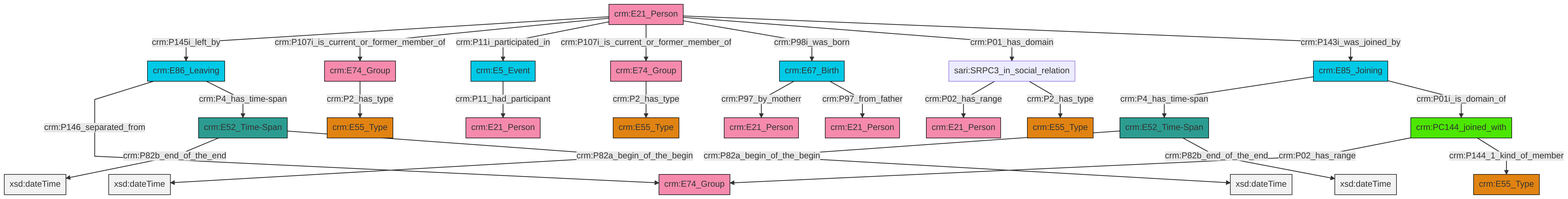
The Mermaid diagram et/personCSV/ttl/mmd/png/Person_Actor_Relations.png in swiss-art-research-net/docs.swissartresearch, before a commit. Its source is kept beside it as et/personCSV/ttl/mmd/Person_Actor_Relations.ttl.mmd. The source it was exported from:
```mermaid
graph TD
classDef Literal fill:#f2f2f2,stroke:#000000;
classDef CRM_Entity fill:#FFFFFF,stroke:#000000;
classDef Temporal_Entity fill:#00C9E6, stroke:#000000;
classDef Type fill:#E18312, stroke:#000000;
classDef Time-Span fill:#2C9C91, stroke:#000000;
classDef Appellation fill:#FFEB7F, stroke:#000000;
classDef Place fill:#008836, stroke:#000000;
classDef Persistent_Item fill:#B266B2, stroke:#000000;
classDef Conceptual_Object fill:#FFD700, stroke:#000000;
classDef Physical_Thing fill:#D2B48C, stroke:#000000;
classDef Actor fill:#f58aad, stroke:#000000;
classDef PC_Classes fill:#4ce600, stroke:#000000;
classDef Multi fill:#cccccc,stroke:#000000;

0["crm:E21_Person"]:::Actor -->|crm:P145i_left_by| 1["crm:E86_Leaving"]:::Temporal_Entity
0["crm:E21_Person"]:::Actor -->|crm:P107i_is_current_or_former_member_of| 4["crm:E74_Group"]:::Actor
5["crm:E5_Event"]:::Temporal_Entity -->|crm:P11_had_participant| 2["crm:E21_Person"]:::Actor
10["crm:E67_Birth"]:::Temporal_Entity -->|crm:P97_by_motherr| 11["crm:E21_Person"]:::Actor
1["crm:E86_Leaving"]:::Temporal_Entity -->|crm:P146_separated_from| 14["crm:E74_Group"]:::Actor
10["crm:E67_Birth"]:::Temporal_Entity -->|crm:P97_from_father| 16["crm:E21_Person"]:::Actor
0["crm:E21_Person"]:::Actor -->|crm:P11i_participated_in| 5["crm:E5_Event"]:::Temporal_Entity
8["crm:E52_Time-Span"]:::Time-Span -->|crm:P82a_begin_of_the_begin| 23[xsd:dateTime]:::Literal
24["crm:E74_Group"]:::Actor -->|crm:P2_has_type| 21["crm:E55_Type"]:::Type
4["crm:E74_Group"]:::Actor -->|crm:P2_has_type| 12["crm:E55_Type"]:::Type
25["crm:E52_Time-Span"]:::Time-Span -->|crm:P82b_end_of_the_end| 26[xsd:dateTime]:::Literal
27["crm:PC144_joined_with"]:::PC_Classes -->|crm:P02_has_range| 14["crm:E74_Group"]:::Actor
29["crm:E85_Joining"]:::Temporal_Entity -->|crm:P4_has_time-span| 8["crm:E52_Time-Span"]:::Time-Span
0["crm:E21_Person"]:::Actor -->|crm:P107i_is_current_or_former_member_of| 24["crm:E74_Group"]:::Actor
29["crm:E85_Joining"]:::Temporal_Entity -->|crm:P01i_is_domain_of| 27["crm:PC144_joined_with"]:::PC_Classes
0["crm:E21_Person"]:::Actor -->|crm:P98i_was_born| 10["crm:E67_Birth"]:::Temporal_Entity
18["sari:SRPC3_in_social_relation"]:::Default -->|crm:P02_has_range| 32["crm:E21_Person"]:::Actor
0["crm:E21_Person"]:::Actor -->|crm:P01_has_domain| 18["sari:SRPC3_in_social_relation"]:::Default
8["crm:E52_Time-Span"]:::Time-Span -->|crm:P82b_end_of_the_end| 40[xsd:dateTime]:::Literal
27["crm:PC144_joined_with"]:::PC_Classes -->|crm:P144_1_kind_of_member| 6["crm:E55_Type"]:::Type
25["crm:E52_Time-Span"]:::Time-Span -->|crm:P82a_begin_of_the_begin| 42[xsd:dateTime]:::Literal
0["crm:E21_Person"]:::Actor -->|crm:P143i_was_joined_by| 29["crm:E85_Joining"]:::Temporal_Entity
18["sari:SRPC3_in_social_relation"]:::Default -->|crm:P2_has_type| 30["crm:E55_Type"]:::Type
1["crm:E86_Leaving"]:::Temporal_Entity -->|crm:P4_has_time-span| 25["crm:E52_Time-Span"]:::Time-Span
```
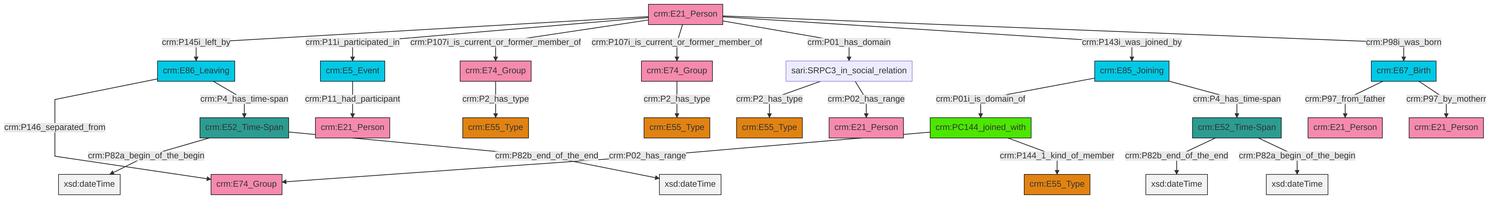
Later version of the same file.

Diff of the diagram source:
```diff
@@ -13,27 +13,27 @@
 classDef PC_Classes fill:#4ce600, stroke:#000000;
 classDef Multi fill:#cccccc,stroke:#000000;
 
-0["crm:E21_Person"]:::Actor -->|crm:P145i_left_by| 1["crm:E86_Leaving"]:::Temporal_Entity
-0["crm:E21_Person"]:::Actor -->|crm:P107i_is_current_or_former_member_of| 4["crm:E74_Group"]:::Actor
-5["crm:E5_Event"]:::Temporal_Entity -->|crm:P11_had_participant| 2["crm:E21_Person"]:::Actor
-10["crm:E67_Birth"]:::Temporal_Entity -->|crm:P97_by_motherr| 11["crm:E21_Person"]:::Actor
-1["crm:E86_Leaving"]:::Temporal_Entity -->|crm:P146_separated_from| 14["crm:E74_Group"]:::Actor
-10["crm:E67_Birth"]:::Temporal_Entity -->|crm:P97_from_father| 16["crm:E21_Person"]:::Actor
-0["crm:E21_Person"]:::Actor -->|crm:P11i_participated_in| 5["crm:E5_Event"]:::Temporal_Entity
-8["crm:E52_Time-Span"]:::Time-Span -->|crm:P82a_begin_of_the_begin| 23[xsd:dateTime]:::Literal
-24["crm:E74_Group"]:::Actor -->|crm:P2_has_type| 21["crm:E55_Type"]:::Type
-4["crm:E74_Group"]:::Actor -->|crm:P2_has_type| 12["crm:E55_Type"]:::Type
-25["crm:E52_Time-Span"]:::Time-Span -->|crm:P82b_end_of_the_end| 26[xsd:dateTime]:::Literal
-27["crm:PC144_joined_with"]:::PC_Classes -->|crm:P02_has_range| 14["crm:E74_Group"]:::Actor
-29["crm:E85_Joining"]:::Temporal_Entity -->|crm:P4_has_time-span| 8["crm:E52_Time-Span"]:::Time-Span
-0["crm:E21_Person"]:::Actor -->|crm:P107i_is_current_or_former_member_of| 24["crm:E74_Group"]:::Actor
-29["crm:E85_Joining"]:::Temporal_Entity -->|crm:P01i_is_domain_of| 27["crm:PC144_joined_with"]:::PC_Classes
-0["crm:E21_Person"]:::Actor -->|crm:P98i_was_born| 10["crm:E67_Birth"]:::Temporal_Entity
-18["sari:SRPC3_in_social_relation"]:::Default -->|crm:P02_has_range| 32["crm:E21_Person"]:::Actor
-0["crm:E21_Person"]:::Actor -->|crm:P01_has_domain| 18["sari:SRPC3_in_social_relation"]:::Default
-8["crm:E52_Time-Span"]:::Time-Span -->|crm:P82b_end_of_the_end| 40[xsd:dateTime]:::Literal
-27["crm:PC144_joined_with"]:::PC_Classes -->|crm:P144_1_kind_of_member| 6["crm:E55_Type"]:::Type
-25["crm:E52_Time-Span"]:::Time-Span -->|crm:P82a_begin_of_the_begin| 42[xsd:dateTime]:::Literal
-0["crm:E21_Person"]:::Actor -->|crm:P143i_was_joined_by| 29["crm:E85_Joining"]:::Temporal_Entity
-18["sari:SRPC3_in_social_relation"]:::Default -->|crm:P2_has_type| 30["crm:E55_Type"]:::Type
-1["crm:E86_Leaving"]:::Temporal_Entity -->|crm:P4_has_time-span| 25["crm:E52_Time-Span"]:::Time-Span
+4["crm:E85_Joining"]:::Temporal_Entity -->|crm:P01i_is_domain_of| 0["crm:PC144_joined_with"]:::PC_Classes
+5["crm:E74_Group"]:::Actor -->|crm:P2_has_type| 6["crm:E55_Type"]:::Type
+13["crm:E86_Leaving"]:::Temporal_Entity -->|crm:P146_separated_from| 14["crm:E74_Group"]:::Actor
+15["crm:E21_Person"]:::Actor -->|crm:P145i_left_by| 13["crm:E86_Leaving"]:::Temporal_Entity
+17["crm:E67_Birth"]:::Temporal_Entity -->|crm:P97_from_father| 18["crm:E21_Person"]:::Actor
+11["crm:E52_Time-Span"]:::Time-Span -->|crm:P82a_begin_of_the_begin| 19[xsd:dateTime]:::Literal
+15["crm:E21_Person"]:::Actor -->|crm:P11i_participated_in| 22["crm:E5_Event"]:::Temporal_Entity
+15["crm:E21_Person"]:::Actor -->|crm:P107i_is_current_or_former_member_of| 5["crm:E74_Group"]:::Actor
+17["crm:E67_Birth"]:::Temporal_Entity -->|crm:P97_by_motherr| 2["crm:E21_Person"]:::Actor
+13["crm:E86_Leaving"]:::Temporal_Entity -->|crm:P4_has_time-span| 11["crm:E52_Time-Span"]:::Time-Span
+11["crm:E52_Time-Span"]:::Time-Span -->|crm:P82b_end_of_the_end| 25[xsd:dateTime]:::Literal
+30["sari:SRPC3_in_social_relation"]:::Default -->|crm:P2_has_type| 31["crm:E55_Type"]:::Type
+26["crm:E52_Time-Span"]:::Time-Span -->|crm:P82b_end_of_the_end| 33[xsd:dateTime]:::Literal
+30["sari:SRPC3_in_social_relation"]:::Default -->|crm:P02_has_range| 9["crm:E21_Person"]:::Actor
+15["crm:E21_Person"]:::Actor -->|crm:P107i_is_current_or_former_member_of| 35["crm:E74_Group"]:::Actor
+15["crm:E21_Person"]:::Actor -->|crm:P01_has_domain| 30["sari:SRPC3_in_social_relation"]:::Default
+4["crm:E85_Joining"]:::Temporal_Entity -->|crm:P4_has_time-span| 26["crm:E52_Time-Span"]:::Time-Span
+15["crm:E21_Person"]:::Actor -->|crm:P143i_was_joined_by| 4["crm:E85_Joining"]:::Temporal_Entity
+0["crm:PC144_joined_with"]:::PC_Classes -->|crm:P02_has_range| 14["crm:E74_Group"]:::Actor
+35["crm:E74_Group"]:::Actor -->|crm:P2_has_type| 7["crm:E55_Type"]:::Type
+15["crm:E21_Person"]:::Actor -->|crm:P98i_was_born| 17["crm:E67_Birth"]:::Temporal_Entity
+22["crm:E5_Event"]:::Temporal_Entity -->|crm:P11_had_participant| 43["crm:E21_Person"]:::Actor
+0["crm:PC144_joined_with"]:::PC_Classes -->|crm:P144_1_kind_of_member| 20["crm:E55_Type"]:::Type
+26["crm:E52_Time-Span"]:::Time-Span -->|crm:P82a_begin_of_the_begin| 46[xsd:dateTime]:::Literal
```
